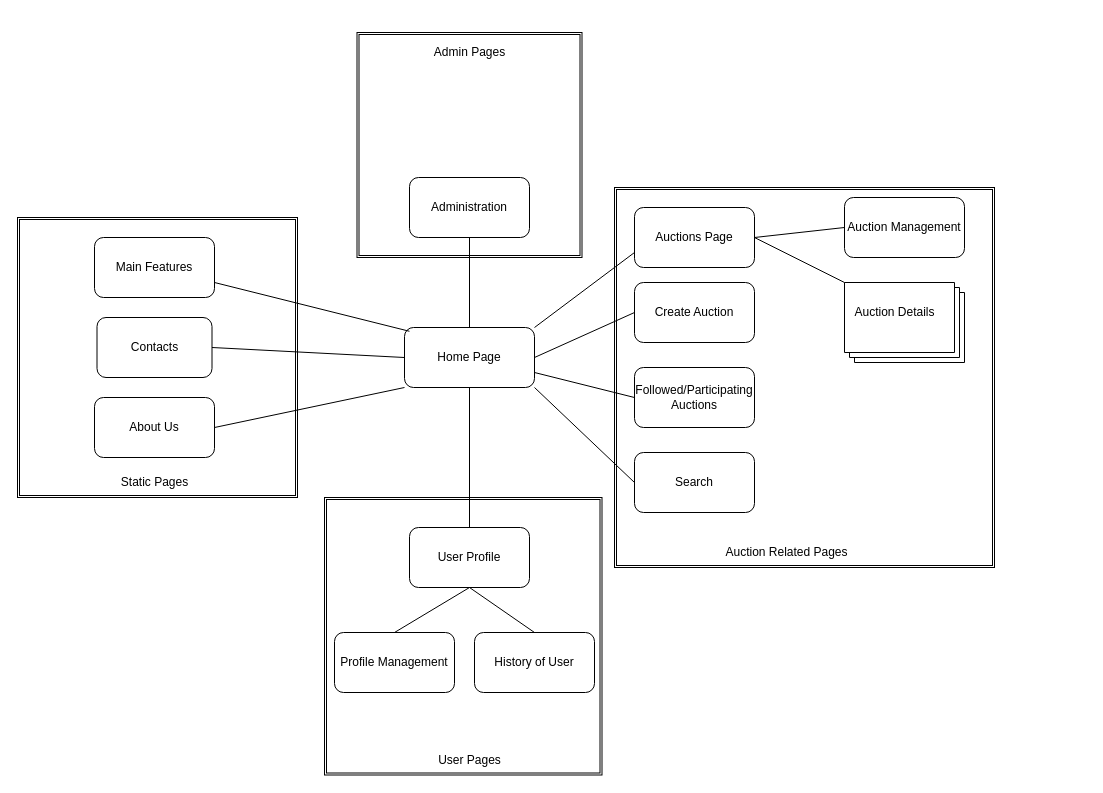
Before: Diagrama sem nome.drawio in frutastontas/UML, a draw.io diagram. Source tidied: cells renumbered, new cells numbered last; positions are measured from the earlier drawing's top-left corner, leaving out a move shared by most shapes. Both pictures are drawn from the tidied source at 100%, with x=0, y=0 at pixel (17, 32).
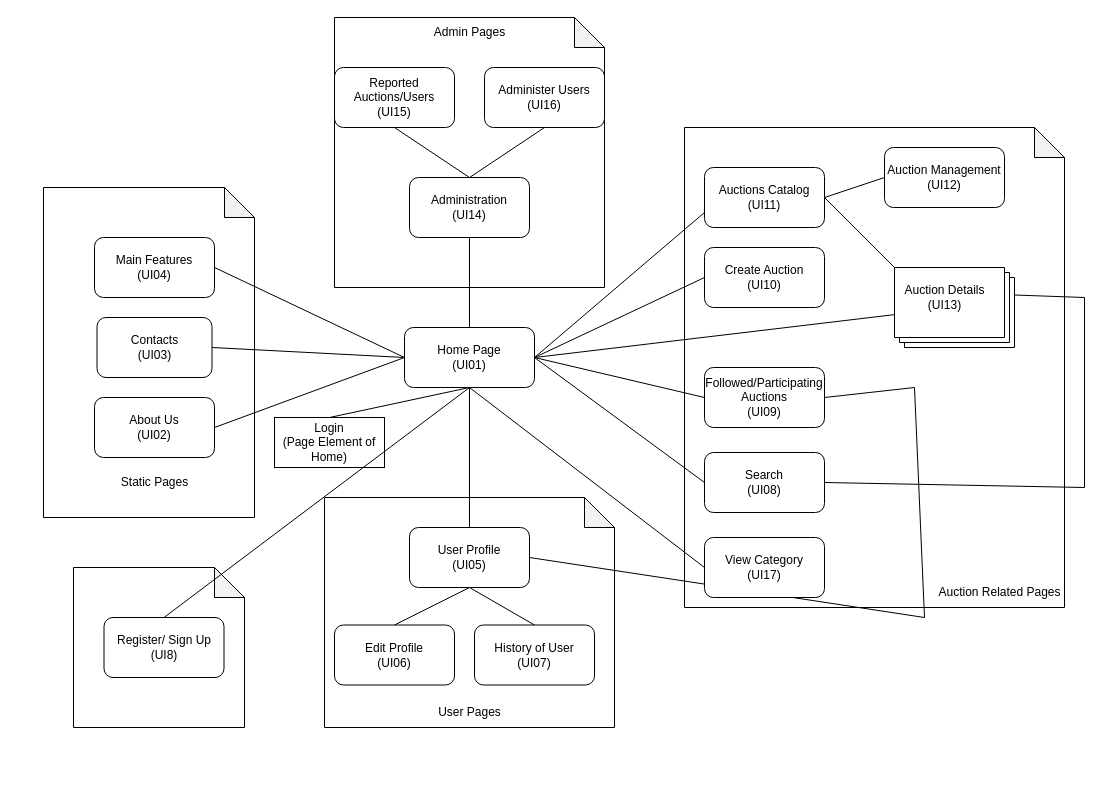
Above is the later version.

Diff of the diagram source:
```diff
@@
-    <mxCell id="2" style="shape=ext;double=1;whiteSpace=wrap;html=1;" parent="1" vertex="1">
-      <mxGeometry y="185" width="280" height="280" as="geometry" />
-    </mxCell>
+    <mxCell id="38" style="shape=note;whiteSpace=wrap;html=1;backgroundOutline=1;darkOpacity=0.05;" parent="1" vertex="1">
+      <mxGeometry x="667" y="95" width="380" height="480" as="geometry" />
+    </mxCell>
+    <mxCell id="39" style="shape=note;whiteSpace=wrap;html=1;backgroundOutline=1;darkOpacity=0.05;" parent="1" vertex="1">
+      <mxGeometry x="317" y="-15" width="270" height="270" as="geometry" />
+    </mxCell>
+    <mxCell id="40" style="shape=note;whiteSpace=wrap;html=1;backgroundOutline=1;darkOpacity=0.05;" parent="1" vertex="1">
+      <mxGeometry x="307" y="465" width="290" height="230" as="geometry" />
+    </mxCell>
+    <mxCell id="41" style="shape=note;whiteSpace=wrap;html=1;backgroundOutline=1;darkOpacity=0.05;" parent="1" vertex="1">
+      <mxGeometry x="26" y="155" width="211" height="330" as="geometry" />
+    </mxCell>
-    <mxCell id="3" value="Contacts" style="rounded=1;whiteSpace=wrap;html=1;direction=west;" parent="1" vertex="1">
+    <mxCell id="3" value="Contacts&lt;br&gt;(UI03)" style="rounded=1;whiteSpace=wrap;html=1;direction=west;" parent="1" vertex="1">
       <mxGeometry x="79.5" y="285" width="115" height="60" as="geometry" />
     </mxCell>
-    <mxCell id="4" value="Main Features" style="rounded=1;whiteSpace=wrap;html=1;" parent="1" vertex="1">
+    <mxCell id="4" value="Main Features&lt;br&gt;(UI04)" style="rounded=1;whiteSpace=wrap;html=1;" parent="1" vertex="1">
       <mxGeometry x="77" y="205" width="120" height="60" as="geometry" />
     </mxCell>
-    <mxCell id="5" value="About Us" style="rounded=1;whiteSpace=wrap;html=1;" parent="1" vertex="1">
+    <mxCell id="5" value="About Us&lt;br&gt;(UI02)" style="rounded=1;whiteSpace=wrap;html=1;" parent="1" vertex="1">
       <mxGeometry x="77" y="365" width="120" height="60" as="geometry" />
     </mxCell>
@@
-    <mxCell id="7" value="Home Page" style="rounded=1;whiteSpace=wrap;html=1;" parent="1" vertex="1">
+    <mxCell id="7" value="Home Page&lt;br&gt;(UI01)" style="rounded=1;whiteSpace=wrap;html=1;" parent="1" vertex="1">
       <mxGeometry x="387" y="295" width="130" height="60" as="geometry" />
     </mxCell>
-    <mxCell id="8" style="endArrow=none;html=1;rounded=0;exitX=0.038;exitY=0.063;exitDx=0;exitDy=0;entryX=1;entryY=0.75;entryDx=0;entryDy=0;exitPerimeter=0;" parent="1" edge="1" source="7" target="4">
+    <mxCell id="8" style="endArrow=none;html=1;rounded=0;exitX=0;exitY=0.5;exitDx=0;exitDy=0;entryX=1;entryY=0.5;entryDx=0;entryDy=0;" parent="1" edge="1" source="7" target="4">
       <mxGeometry relative="1" as="geometry" />
     </mxCell>
@@
-    <mxCell id="10" style="endArrow=none;html=1;rounded=0;exitX=0;exitY=1;exitDx=0;exitDy=0;entryX=1;entryY=0.5;entryDx=0;entryDy=0;" parent="1" edge="1" source="7" target="5">
+    <mxCell id="10" style="endArrow=none;html=1;rounded=0;exitX=0;exitY=0.5;exitDx=0;exitDy=0;entryX=1;entryY=0.5;entryDx=0;entryDy=0;" parent="1" edge="1" source="7" target="5">
       <mxGeometry relative="1" as="geometry" />
     </mxCell>
-    <mxCell id="11" style="shape=ext;double=1;whiteSpace=wrap;html=1;" parent="1" vertex="1">
-      <mxGeometry x="339.5" width="225" height="225" as="geometry" />
-    </mxCell>
-    <mxCell id="12" value="Administration" style="rounded=1;whiteSpace=wrap;html=1;" parent="1" vertex="1">
+    <mxCell id="12" value="Administration&lt;br&gt;(UI14)" style="rounded=1;whiteSpace=wrap;html=1;" parent="1" vertex="1">
       <mxGeometry x="392" y="145" width="120" height="60" as="geometry" />
     </mxCell>
     <mxCell id="13" value="Admin Pages" style="text;html=1;align=center;verticalAlign=middle;strokeColor=none;fillColor=none;" parent="1" vertex="1">
-      <mxGeometry x="407" y="5" width="90" height="30" as="geometry" />
+      <mxGeometry x="407" y="-15" width="90" height="30" as="geometry" />
     </mxCell>
@@
-    <mxCell id="15" style="shape=ext;double=1;whiteSpace=wrap;html=1;fontStyle=1;" parent="1" vertex="1">
-      <mxGeometry x="597" y="155" width="380" height="380" as="geometry" />
-    </mxCell>
-    <mxCell id="16" value="Search" style="rounded=1;whiteSpace=wrap;html=1;" parent="1" vertex="1">
-      <mxGeometry x="617" y="420" width="120" height="60" as="geometry" />
+    <mxCell id="16" value="Search&lt;br&gt;(UI08)" style="rounded=1;whiteSpace=wrap;html=1;" parent="1" vertex="1">
+      <mxGeometry x="687" y="420" width="120" height="60" as="geometry" />
     </mxCell>
-    <mxCell id="17" value="Auctions Page" style="rounded=1;whiteSpace=wrap;html=1;" parent="1" vertex="1">
-      <mxGeometry x="617" y="175" width="120" height="60" as="geometry" />
+    <mxCell id="17" value="Auctions Catalog&lt;br&gt;(UI11)" style="rounded=1;whiteSpace=wrap;html=1;" parent="1" vertex="1">
+      <mxGeometry x="687" y="135" width="120" height="60" as="geometry" />
     </mxCell>
-    <mxCell id="18" style="endArrow=none;html=1;rounded=0;exitX=0;exitY=0.5;exitDx=0;exitDy=0;entryX=1;entryY=1;entryDx=0;entryDy=0;" parent="1" edge="1" source="16" target="7">
+    <mxCell id="18" style="endArrow=none;html=1;rounded=0;exitX=0;exitY=0.5;exitDx=0;exitDy=0;entryX=1;entryY=0.5;entryDx=0;entryDy=0;" parent="1" edge="1" source="16" target="7">
       <mxGeometry relative="1" as="geometry" />
     </mxCell>
-    <mxCell id="19" style="endArrow=none;html=1;rounded=0;exitX=0;exitY=0.75;exitDx=0;exitDy=0;entryX=1;entryY=0;entryDx=0;entryDy=0;" parent="1" edge="1" source="17" target="7">
+    <mxCell id="19" style="endArrow=none;html=1;rounded=0;exitX=0;exitY=0.75;exitDx=0;exitDy=0;entryX=1;entryY=0.5;entryDx=0;entryDy=0;" parent="1" edge="1" source="17" target="7">
       <mxGeometry relative="1" as="geometry" />
     </mxCell>
-    <mxCell id="20" value="Auction Management" style="rounded=1;whiteSpace=wrap;html=1;" parent="1" vertex="1">
-      <mxGeometry x="827" y="165" width="120" height="60" as="geometry" />
+    <mxCell id="20" value="Auction Management&lt;br&gt;(UI12)" style="rounded=1;whiteSpace=wrap;html=1;" parent="1" vertex="1">
+      <mxGeometry x="867" y="115" width="120" height="60" as="geometry" />
     </mxCell>
@@
     <mxCell id="22" style="verticalLabelPosition=bottom;verticalAlign=top;html=1;shape=mxgraph.basic.layered_rect;dx=10;outlineConnect=0;whiteSpace=wrap;" parent="1" vertex="1">
-      <mxGeometry x="827" y="250" width="120" height="80" as="geometry" />
+      <mxGeometry x="877" y="235" width="120" height="80" as="geometry" />
     </mxCell>
-    <mxCell id="23" value="Auction Details" style="text;html=1;align=center;verticalAlign=middle;strokeColor=none;fillColor=none;" parent="1" vertex="1">
-      <mxGeometry x="827" y="265" width="100" height="30" as="geometry" />
+    <mxCell id="23" value="Auction Details&lt;br&gt;(UI13)" style="text;html=1;align=center;verticalAlign=middle;strokeColor=none;fillColor=none;" parent="1" vertex="1">
+      <mxGeometry x="877" y="245" width="100" height="40" as="geometry" />
     </mxCell>
-    <mxCell id="24" style="shape=ext;double=1;whiteSpace=wrap;html=1;" parent="1" vertex="1">
-      <mxGeometry x="307" y="465" width="277.5" height="277.5" as="geometry" />
-    </mxCell>
-    <mxCell id="25" value="User Profile" style="rounded=1;whiteSpace=wrap;html=1;" parent="1" vertex="1">
+    <mxCell id="25" value="User Profile&lt;br&gt;(UI05)" style="rounded=1;whiteSpace=wrap;html=1;" parent="1" vertex="1">
       <mxGeometry x="392" y="495" width="120" height="60" as="geometry" />
     </mxCell>
@@
     <mxCell id="27" value="User Pages" style="text;html=1;align=center;verticalAlign=middle;strokeColor=none;fillColor=none;" parent="1" vertex="1">
-      <mxGeometry x="407" y="712.5" width="90" height="30" as="geometry" />
+      <mxGeometry x="407" y="665" width="90" height="30" as="geometry" />
     </mxCell>
     <mxCell id="28" value="Auction Related Pages" style="text;html=1;align=center;verticalAlign=middle;strokeColor=none;fillColor=none;" parent="1" vertex="1">
-      <mxGeometry x="694" y="505" width="150" height="30" as="geometry" />
+      <mxGeometry x="907" y="545" width="150" height="30" as="geometry" />
     </mxCell>
@@
-    <mxCell id="30" value="Profile Management" style="rounded=1;whiteSpace=wrap;html=1;" parent="1" vertex="1">
-      <mxGeometry x="317" y="600" width="120" height="60" as="geometry" />
+    <mxCell id="30" value="Edit Profile&lt;br&gt;(UI06)" style="rounded=1;whiteSpace=wrap;html=1;" parent="1" vertex="1">
+      <mxGeometry x="317" y="592.5" width="120" height="60" as="geometry" />
     </mxCell>
@@
-    <mxCell id="32" value="Create Auction" style="rounded=1;whiteSpace=wrap;html=1;" parent="1" vertex="1">
-      <mxGeometry x="617" y="250" width="120" height="60" as="geometry" />
+    <mxCell id="32" value="Create Auction&lt;br&gt;(UI10)" style="rounded=1;whiteSpace=wrap;html=1;" parent="1" vertex="1">
+      <mxGeometry x="687" y="215" width="120" height="60" as="geometry" />
     </mxCell>
@@
-    <mxCell id="34" value="Followed/Participating Auctions" style="rounded=1;whiteSpace=wrap;html=1;" parent="1" vertex="1">
-      <mxGeometry x="617" y="335" width="120" height="60" as="geometry" />
+    <mxCell id="34" value="Followed/Participating Auctions&lt;br&gt;(UI09)" style="rounded=1;whiteSpace=wrap;html=1;" parent="1" vertex="1">
+      <mxGeometry x="687" y="335" width="120" height="60" as="geometry" />
     </mxCell>
-    <mxCell id="35" style="endArrow=none;html=1;rounded=0;entryX=1;entryY=0.75;entryDx=0;entryDy=0;exitX=0;exitY=0.5;exitDx=0;exitDy=0;" parent="1" edge="1" source="34" target="7">
+    <mxCell id="35" style="endArrow=none;html=1;rounded=0;entryX=1;entryY=0.5;entryDx=0;entryDy=0;exitX=0;exitY=0.5;exitDx=0;exitDy=0;" parent="1" edge="1" source="34" target="7">
       <mxGeometry relative="1" as="geometry" />
     </mxCell>
-    <mxCell id="36" value="History of User" style="rounded=1;whiteSpace=wrap;html=1;" parent="1" vertex="1">
-      <mxGeometry x="457" y="600" width="120" height="60" as="geometry" />
+    <mxCell id="36" value="History of User&lt;br&gt;(UI07)" style="rounded=1;whiteSpace=wrap;html=1;" parent="1" vertex="1">
+      <mxGeometry x="457" y="592.5" width="120" height="60" as="geometry" />
     </mxCell>
@@
+    <mxCell id="42" style="endArrow=none;html=1;rounded=0;exitX=1;exitY=0.5;exitDx=0;exitDy=0;" parent="1" edge="1" source="25">
+      <mxGeometry relative="1" as="geometry">
+        <mxPoint x="907" y="585" as="targetPoint" />
+      </mxGeometry>
+    </mxCell>
+    <mxCell id="43" style="endArrow=none;html=1;rounded=0;" parent="1" edge="1">
+      <mxGeometry relative="1" as="geometry">
+        <mxPoint x="907" y="585" as="sourcePoint" />
+        <mxPoint x="897" y="355" as="targetPoint" />
+      </mxGeometry>
+    </mxCell>
+    <mxCell id="44" style="endArrow=none;html=1;rounded=0;exitX=1;exitY=0.5;exitDx=0;exitDy=0;" parent="1" edge="1" source="34">
+      <mxGeometry relative="1" as="geometry">
+        <mxPoint x="897" y="355" as="targetPoint" />
+      </mxGeometry>
+    </mxCell>
+    <mxCell id="45" value="Reported Auctions/Users&lt;br&gt;(UI15)" style="rounded=1;whiteSpace=wrap;html=1;" parent="1" vertex="1">
+      <mxGeometry x="317" y="35" width="120" height="60" as="geometry" />
+    </mxCell>
+    <mxCell id="46" style="endArrow=none;html=1;rounded=0;exitX=0.5;exitY=0;exitDx=0;exitDy=0;entryX=0.5;entryY=1;entryDx=0;entryDy=0;" parent="1" edge="1" source="12" target="45">
+      <mxGeometry relative="1" as="geometry" />
+    </mxCell>
+    <mxCell id="47" value="Administer Users&lt;br&gt;(UI16)" style="rounded=1;whiteSpace=wrap;html=1;" parent="1" vertex="1">
+      <mxGeometry x="467" y="35" width="120" height="60" as="geometry" />
+    </mxCell>
+    <mxCell id="48" style="endArrow=none;html=1;rounded=0;entryX=0.5;entryY=1;entryDx=0;entryDy=0;exitX=0.5;exitY=0;exitDx=0;exitDy=0;" parent="1" edge="1" source="12" target="47">
+      <mxGeometry relative="1" as="geometry" />
+    </mxCell>
+    <mxCell id="49" style="endArrow=none;html=1;rounded=0;exitX=1;exitY=0.5;exitDx=0;exitDy=0;" parent="1" edge="1" source="16">
+      <mxGeometry relative="1" as="geometry">
+        <mxPoint x="1067" y="455" as="targetPoint" />
+        <Array as="points">
+          <mxPoint x="1067" y="455" />
+        </Array>
+      </mxGeometry>
+    </mxCell>
+    <mxCell id="50" style="endArrow=none;html=1;rounded=0;" parent="1" edge="1">
+      <mxGeometry relative="1" as="geometry">
+        <mxPoint x="1067" y="455" as="sourcePoint" />
+        <mxPoint x="1067" y="265" as="targetPoint" />
+      </mxGeometry>
+    </mxCell>
+    <mxCell id="51" style="endArrow=none;html=1;rounded=0;exitX=0;exitY=0;exitDx=120;exitDy=27.5;exitPerimeter=0;" parent="1" edge="1" source="22">
+      <mxGeometry relative="1" as="geometry">
+        <mxPoint x="1067" y="265" as="targetPoint" />
+      </mxGeometry>
+    </mxCell>
+    <mxCell id="52" style="endArrow=none;html=1;rounded=0;exitX=1;exitY=0.5;exitDx=0;exitDy=0;" parent="1" edge="1" source="7" target="22">
+      <mxGeometry relative="1" as="geometry" />
+    </mxCell>
+    <mxCell id="53" style="endArrow=none;html=1;rounded=0;entryX=0.5;entryY=1;entryDx=0;entryDy=0;exitX=0.5;exitY=0;exitDx=0;exitDy=0;" parent="1" edge="1" source="55" target="7">
+      <mxGeometry relative="1" as="geometry" />
+    </mxCell>
+    <mxCell id="54" value="View Category&lt;br&gt;(UI17)" style="rounded=1;whiteSpace=wrap;html=1;" parent="1" vertex="1">
+      <mxGeometry x="687" y="505" width="120" height="60" as="geometry" />
+    </mxCell>
+    <mxCell id="55" value="Login&lt;br&gt;(Page Element of Home)" style="rounded=0;whiteSpace=wrap;html=1;" parent="1" vertex="1">
+      <mxGeometry x="257" y="385" width="110" height="50" as="geometry" />
+    </mxCell>
+    <mxCell id="56" style="endArrow=none;html=1;rounded=0;entryX=0.5;entryY=1;entryDx=0;entryDy=0;exitX=0;exitY=0.5;exitDx=0;exitDy=0;" parent="1" edge="1" source="54" target="7">
+      <mxGeometry relative="1" as="geometry" />
+    </mxCell>
+    <mxCell id="57" style="shape=note;whiteSpace=wrap;html=1;backgroundOutline=1;darkOpacity=0.05;" parent="1" vertex="1">
+      <mxGeometry x="56" y="535" width="171" height="160" as="geometry" />
+    </mxCell>
+    <mxCell id="58" value="Register/ Sign Up&lt;br&gt;(UI8)" style="rounded=1;whiteSpace=wrap;html=1;" parent="1" vertex="1">
+      <mxGeometry x="86.5" y="585" width="120" height="60" as="geometry" />
+    </mxCell>
+    <mxCell id="59" style="endArrow=none;html=1;rounded=0;entryX=0.5;entryY=1;entryDx=0;entryDy=0;exitX=0.5;exitY=0;exitDx=0;exitDy=0;" parent="1" edge="1" source="58" target="7">
+      <mxGeometry relative="1" as="geometry" />
+    </mxCell>
```
